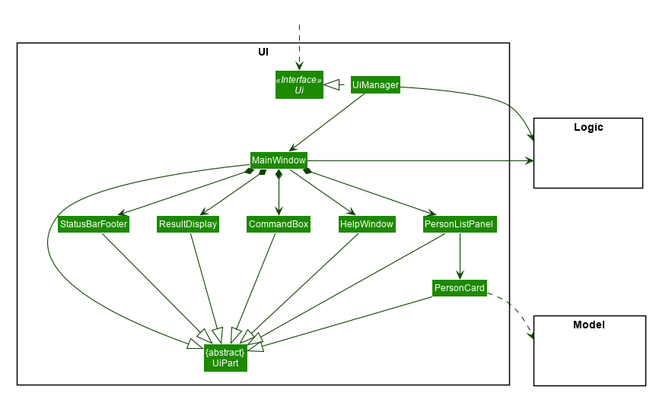
nus-cs2103-AY1920S2/addressbook-level3 keeps this PlantUML diagram as docs/images/UiClassDiagram.png. Above is the earlier version.
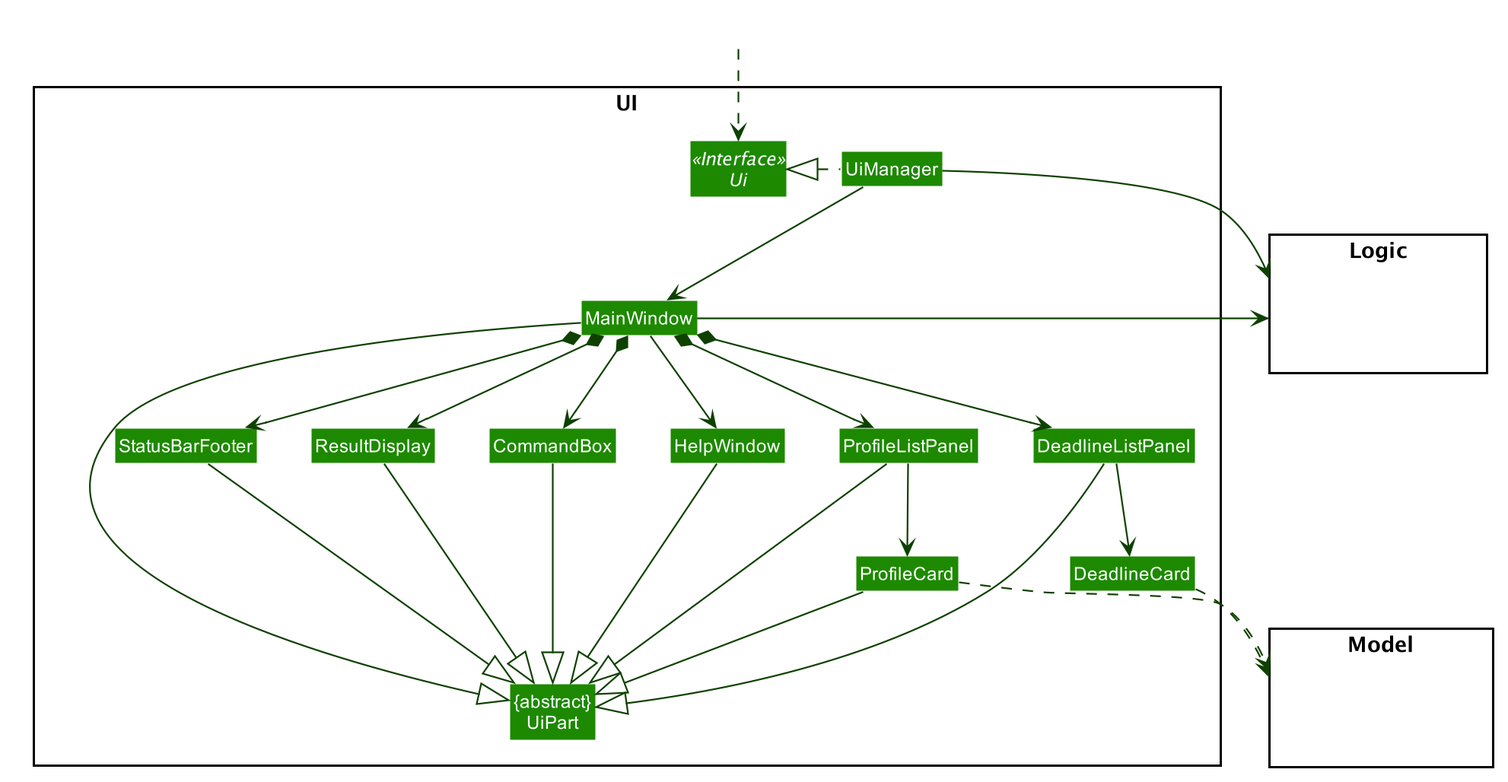
Later version of the same file.

Diff of the diagram source:
```diff
@@ -58,10 +58,12 @@
 Class MainWindow
 Class HelpWindow
 Class ResultDisplay
-Class PersonListPanel
-Class PersonCard
+Class ProfileListPanel
+Class ProfileCard
 Class StatusBarFooter
 Class CommandBox
+Class DeadlineListPanel
+Class DeadlineCard
 }
 
 package Model <<Rectangle>> {
@@ -80,28 +82,33 @@
 MainWindow --> HelpWindow
 MainWindow *-down-> CommandBox
 MainWindow *-down-> ResultDisplay
-MainWindow *-down-> PersonListPanel
+MainWindow *-down-> ProfileListPanel
 MainWindow *-down-> StatusBarFooter
+MainWindow *-down-> DeadlineListPanel
 
-PersonListPanel -down-> PersonCard
+ProfileListPanel -down-> ProfileCard
+DeadlineListPanel -down-> DeadlineCard
 
 MainWindow -left-|> UiPart
 
 ResultDisplay --|> UiPart
 CommandBox --|> UiPart
-PersonListPanel --|> UiPart
-PersonCard --|> UiPart
+ProfileListPanel --|> UiPart
+ProfileCard --|> UiPart
 StatusBarFooter --|> UiPart
 HelpWindow -down-|> UiPart
+DeadlineListPanel --|> UiPart
 
-PersonCard ..> Model
+ProfileCard ..> Model
+DeadlineCard ..> Model
 UiManager -right-> Logic
 MainWindow -left-> Logic
 
-PersonListPanel -[hidden]left- HelpWindow
+ProfileListPanel -[hidden]left- HelpWindow
 HelpWindow -[hidden]left- CommandBox
 CommandBox -[hidden]left- ResultDisplay
 ResultDisplay -[hidden]left- StatusBarFooter
+DeadlineListPanel -[hidden]left- HelpWindow
 
 MainWindow -[hidden]-|> UiPart
 @enduml
```
